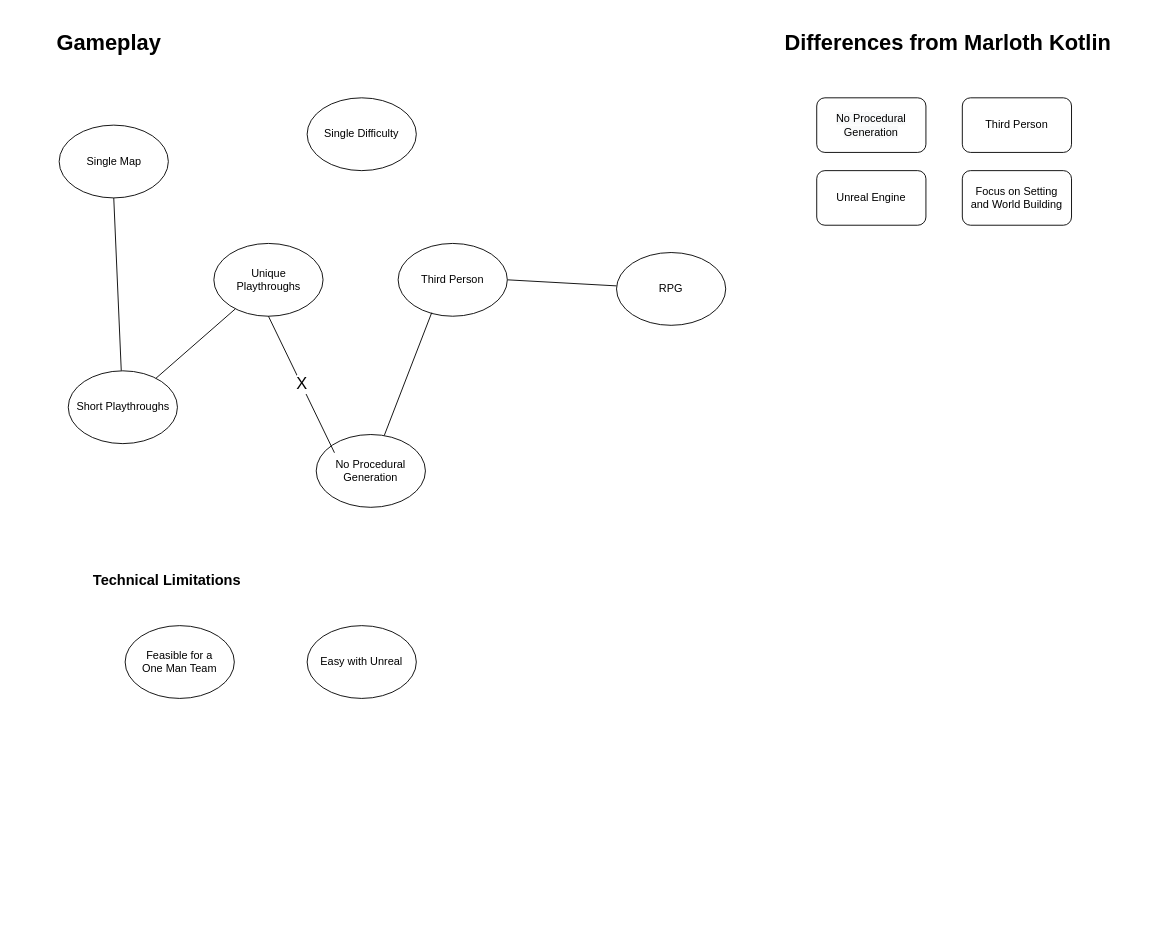
silentorb/game-design keeps this draw.io diagram as page "High Level" (1 of 2) of docs/marloth-brainstorming.drawio. Above is the earlier version. Source tidied: cells renumbered, new cells numbered last; positions are measured from the earlier drawing's top-left corner, leaving out a move shared by most shapes. Both pictures are drawn from the tidied source at 91%, with x=0, y=0 at pixel (52, 25).
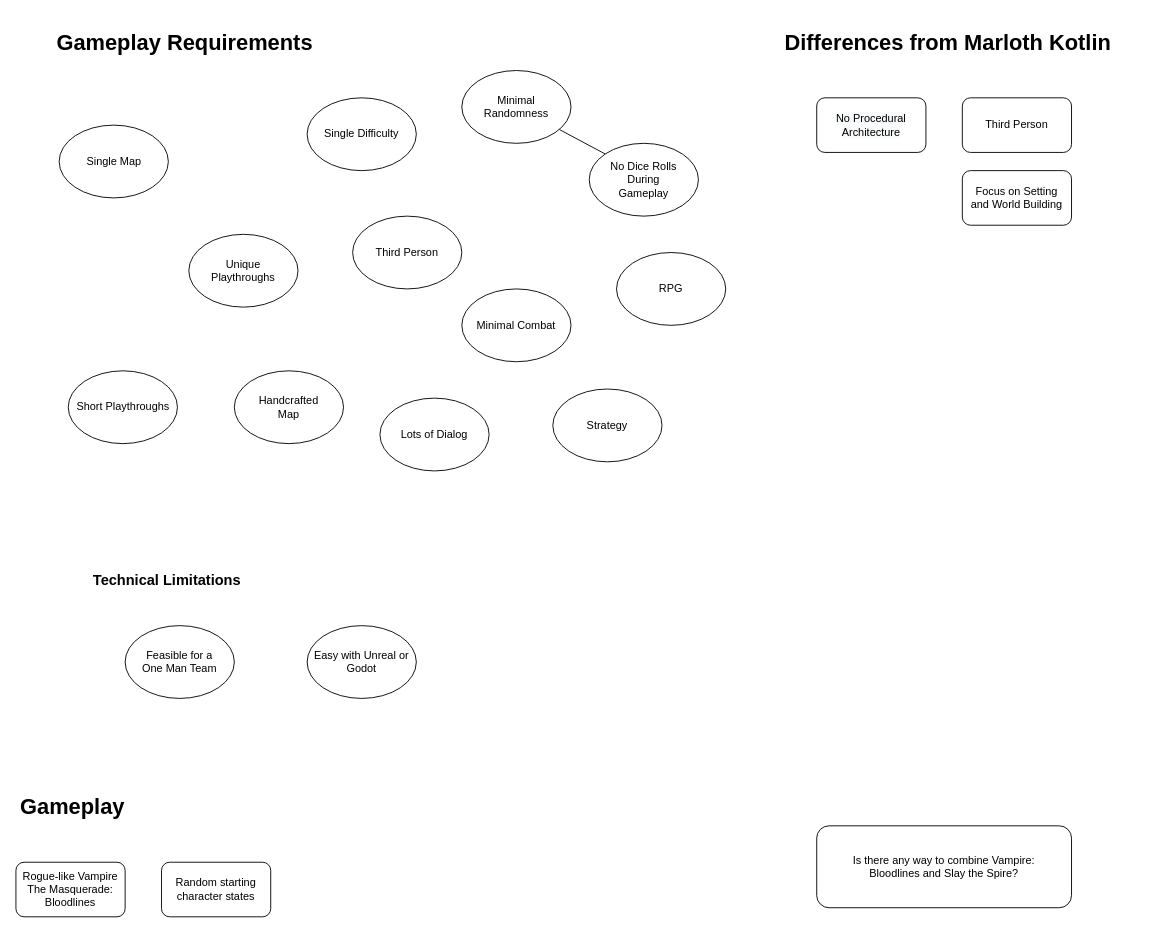
After the change.

Commit message (it also covers changes not shown here):
Working more on high level gameplay.

The change refers to these unchanged cells:
```xml
<mxCell id="5" value="RPG" style="ellipse;whiteSpace=wrap;html=1;rounded=1;shadow=0;glass=0;labelBorderColor=none;sketch=0;fontSize=12;strokeWidth=1;" parent="1" vertex="1">
  <mxGeometry x="620" y="250" width="120" height="80" as="geometry" />
</mxCell>
<mxCell id="6" value="Single Map" style="ellipse;whiteSpace=wrap;html=1;rounded=1;shadow=0;glass=0;labelBorderColor=none;sketch=0;fontSize=12;strokeWidth=1;" parent="1" vertex="1">
  <mxGeometry x="7.5" y="110" width="120" height="80" as="geometry" />
</mxCell>
<mxCell id="9" value="Short Playthroughs" style="ellipse;whiteSpace=wrap;html=1;rounded=1;shadow=0;glass=0;labelBorderColor=none;sketch=0;fontSize=12;strokeWidth=1;" parent="1" vertex="1">
  <mxGeometry x="17.5" y="380" width="120" height="80" as="geometry" />
</mxCell>
```

What changed in the source:
```diff
@@
-    <mxCell id="2" value="&lt;h1&gt;Gameplay&lt;/h1&gt;" style="text;html=1;strokeColor=none;fillColor=none;spacing=5;spacingTop=-20;whiteSpace=wrap;overflow=hidden;rounded=0;shadow=0;glass=0;labelBorderColor=none;sketch=0;fontSize=12;" parent="1" vertex="1">
-      <mxGeometry width="190" height="40" as="geometry" />
+    <mxCell id="2" value="&lt;h1&gt;Gameplay Requirements&lt;/h1&gt;" style="text;html=1;strokeColor=none;fillColor=none;spacing=5;spacingTop=-20;whiteSpace=wrap;overflow=hidden;rounded=0;shadow=0;glass=0;labelBorderColor=none;sketch=0;fontSize=12;" parent="1" vertex="1">
+      <mxGeometry width="320" height="40" as="geometry" />
     </mxCell>
-    <mxCell id="3" style="rounded=0;jettySize=auto;html=1;exitX=1;exitY=0.5;exitDx=0;exitDy=0;endArrow=none;endFill=0;" parent="1" edge="1" source="4" target="5">
-      <mxGeometry relative="1" as="geometry" />
-    </mxCell>
     <mxCell id="4" value="Third Person" style="ellipse;whiteSpace=wrap;html=1;rounded=1;shadow=0;glass=0;labelBorderColor=none;sketch=0;fontSize=12;strokeWidth=1;" parent="1" vertex="1">
-      <mxGeometry x="380" y="240" width="120" height="80" as="geometry" />
+      <mxGeometry x="330" y="210" width="120" height="80" as="geometry" />
     </mxCell>
@@
-    <mxCell id="8" style="rounded=0;jettySize=auto;html=1;entryX=0.5;entryY=1;entryDx=0;entryDy=0;fontSize=12;endArrow=none;endFill=0;strokeColor=default;elbow=vertical;" parent="1" edge="1" source="9" target="6">
-      <mxGeometry relative="1" as="geometry" />
-    </mxCell>
@@
-    <mxCell id="10" style="edgeStyle=none;rounded=0;jettySize=auto;html=1;fontSize=12;endArrow=none;endFill=0;strokeColor=default;elbow=vertical;" parent="1" edge="1" source="11" target="9">
-      <mxGeometry relative="1" as="geometry" />
-    </mxCell>
     <mxCell id="11" value="Unique Playthroughs" style="ellipse;whiteSpace=wrap;html=1;rounded=1;shadow=0;glass=0;labelBorderColor=none;sketch=0;fontSize=12;strokeWidth=1;spacing=20;" parent="1" vertex="1">
-      <mxGeometry x="177.5" y="240" width="120" height="80" as="geometry" />
+      <mxGeometry x="150" y="230" width="120" height="80" as="geometry" />
     </mxCell>
-    <mxCell id="12" style="rounded=0;jettySize=auto;html=1;entryX=0.308;entryY=0.95;entryDx=0;entryDy=0;fontSize=16;endArrow=none;endFill=0;strokeColor=default;entryPerimeter=0;" parent="1" edge="1" source="13" target="4">
-      <mxGeometry relative="1" as="geometry" />
-    </mxCell>
-    <mxCell id="13" value="No Procedural Generation" style="ellipse;whiteSpace=wrap;html=1;rounded=1;shadow=0;glass=0;labelBorderColor=none;sketch=0;fontSize=12;strokeWidth=1;spacing=20;" parent="1" vertex="1">
-      <mxGeometry x="290" y="450" width="120" height="80" as="geometry" />
+    <mxCell id="13" value="Handcrafted Map" style="ellipse;whiteSpace=wrap;html=1;rounded=1;shadow=0;glass=0;labelBorderColor=none;sketch=0;fontSize=12;strokeWidth=1;spacing=20;" parent="1" vertex="1">
+      <mxGeometry x="200" y="380" width="120" height="80" as="geometry" />
     </mxCell>
@@
-    <mxCell id="15" value="Easy with Unreal" style="ellipse;whiteSpace=wrap;html=1;rounded=1;shadow=0;glass=0;labelBorderColor=none;sketch=0;fontSize=12;strokeWidth=1;" parent="1" vertex="1">
+    <mxCell id="15" value="Easy with Unreal or Godot" style="ellipse;whiteSpace=wrap;html=1;rounded=1;shadow=0;glass=0;labelBorderColor=none;sketch=0;fontSize=12;strokeWidth=1;" parent="1" vertex="1">
       <mxGeometry x="280" y="660" width="120" height="80" as="geometry" />
     </mxCell>
@@
-    <mxCell id="17" style="endArrow=none;html=1;rounded=0;fontColor=default;strokeColor=default;exitX=0.5;exitY=1;exitDx=0;exitDy=0;entryX=0.167;entryY=0.25;entryDx=0;entryDy=0;entryPerimeter=0;endFill=0;" parent="1" edge="1" source="11" target="13">
-      <mxGeometry relative="1" as="geometry" />
-    </mxCell>
-    <mxCell id="18" value="X" style="edgeLabel;html=1;align=center;verticalAlign=middle;fontColor=default;strokeColor=default;fillColor=default;fontSize=18;" parent="17" vertex="1">
-      <mxGeometry relative="1" as="geometry" />
-    </mxCell>
@@
-    <mxCell id="20" value="&#10;&#10;&lt;span style=&quot;color: rgb(0, 0, 0); font-family: helvetica; font-size: 12px; font-style: normal; font-weight: 400; letter-spacing: normal; text-align: center; text-indent: 0px; text-transform: none; word-spacing: 0px; background-color: rgb(248, 249, 250); display: inline; float: none;&quot;&gt;No Procedural Generation&lt;/span&gt;&#10;&#10;" style="rounded=1;whiteSpace=wrap;html=1;" parent="1" vertex="1">
+    <mxCell id="20" value="&lt;span style=&quot;color: rgb(0 , 0 , 0) ; font-family: &amp;#34;helvetica&amp;#34; ; font-size: 12px ; font-style: normal ; font-weight: 400 ; letter-spacing: normal ; text-align: center ; text-indent: 0px ; text-transform: none ; word-spacing: 0px ; background-color: rgb(248 , 249 , 250) ; display: inline ; float: none&quot;&gt;No Procedural Architecture&lt;/span&gt;" style="rounded=1;whiteSpace=wrap;html=1;" parent="1" vertex="1">
       <mxGeometry x="840" y="80" width="120" height="60" as="geometry" />
     </mxCell>
-    <mxCell id="21" value="Unreal Engine" style="rounded=1;whiteSpace=wrap;html=1;" parent="1" vertex="1">
-      <mxGeometry x="840" y="160" width="120" height="60" as="geometry" />
-    </mxCell>
@@
+    <mxCell id="24" value="Strategy" style="ellipse;whiteSpace=wrap;html=1;rounded=1;shadow=0;glass=0;labelBorderColor=none;sketch=0;fontSize=12;strokeWidth=1;" parent="1" vertex="1">
+      <mxGeometry x="550" y="400" width="120" height="80" as="geometry" />
+    </mxCell>
+    <mxCell id="25" value="Minimal Combat" style="ellipse;whiteSpace=wrap;html=1;rounded=1;shadow=0;glass=0;labelBorderColor=none;sketch=0;fontSize=12;strokeWidth=1;" parent="1" vertex="1">
+      <mxGeometry x="450" y="290" width="120" height="80" as="geometry" />
+    </mxCell>
+    <mxCell id="26" value="&lt;h1&gt;Gameplay&lt;/h1&gt;" style="text;html=1;strokeColor=none;fillColor=none;spacing=5;spacingTop=-20;whiteSpace=wrap;overflow=hidden;rounded=0;shadow=0;glass=0;labelBorderColor=none;sketch=0;fontSize=12;" parent="1" vertex="1">
+      <mxGeometry x="-40" y="840" width="200" height="40" as="geometry" />
+    </mxCell>
+    <mxCell id="27" value="Rogue-like Vampire The Masquerade: Bloodlines" style="rounded=1;whiteSpace=wrap;html=1;" parent="1" vertex="1">
+      <mxGeometry x="-40" y="920" width="120" height="60" as="geometry" />
+    </mxCell>
+    <mxCell id="28" value="Random starting character states" style="rounded=1;whiteSpace=wrap;html=1;" parent="1" vertex="1">
+      <mxGeometry x="120" y="920" width="120" height="60" as="geometry" />
+    </mxCell>
+    <mxCell id="29" value="Is there any way to combine Vampire: Bloodlines and Slay the Spire?" style="rounded=1;whiteSpace=wrap;html=1;spacing=20;" parent="1" vertex="1">
+      <mxGeometry x="840" y="880" width="280" height="90" as="geometry" />
+    </mxCell>
+    <mxCell id="30" style="rounded=0;jettySize=auto;html=1;entryX=0;entryY=0;entryDx=0;entryDy=0;endArrow=none;endFill=0;" parent="1" edge="1" source="31" target="32">
+      <mxGeometry relative="1" as="geometry" />
+    </mxCell>
+    <mxCell id="31" value="Minimal Randomness" style="ellipse;whiteSpace=wrap;html=1;rounded=1;shadow=0;glass=0;labelBorderColor=none;sketch=0;fontSize=12;strokeWidth=1;spacing=20;" parent="1" vertex="1">
+      <mxGeometry x="450" y="50" width="120" height="80" as="geometry" />
+    </mxCell>
+    <mxCell id="32" value="No Dice Rolls&lt;br&gt;During Gameplay" style="ellipse;whiteSpace=wrap;html=1;rounded=1;shadow=0;glass=0;labelBorderColor=none;sketch=0;fontSize=12;strokeWidth=1;spacing=20;" parent="1" vertex="1">
+      <mxGeometry x="590" y="130" width="120" height="80" as="geometry" />
+    </mxCell>
+    <mxCell id="33" value="Lots of Dialog" style="ellipse;whiteSpace=wrap;html=1;rounded=1;shadow=0;glass=0;labelBorderColor=none;sketch=0;fontSize=12;strokeWidth=1;" parent="1" vertex="1">
+      <mxGeometry x="360" y="410" width="120" height="80" as="geometry" />
+    </mxCell>
```
